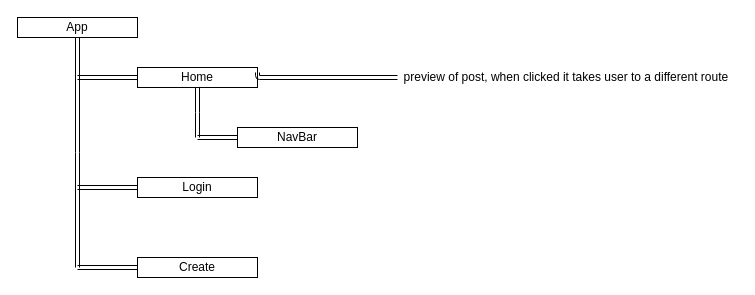
Earlier version of the draw.io diagram test.drawio (SteJoSi/phase-2-project-MooGram). Source tidied: cells renumbered, new cells numbered last; positions are measured from the earlier drawing's top-left corner, leaving out a move shared by most shapes. Both pictures are drawn from the tidied source at 100%, with x=0, y=0 at pixel (17, 17).
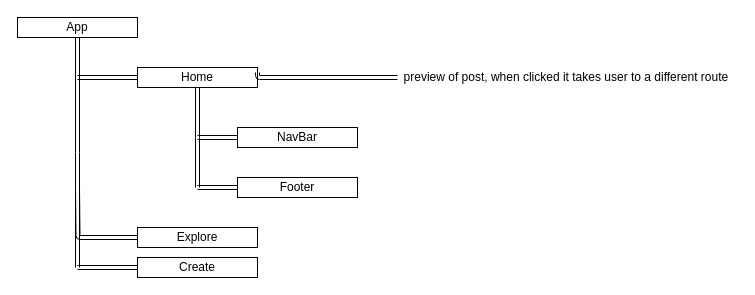
The same page after the edit.

Commit message (it also covers changes not shown here):
update components hierachy

Unchanged cells that the change refers to:
```xml
<mxCell id="6" value="Home" style="whiteSpace=wrap;html=1;" parent="1" vertex="1">
  <mxGeometry x="120" y="50" width="120" height="20" as="geometry" />
</mxCell>
```

The edit, as a diff of the source:
```diff
@@
     <mxCell id="5" style="edgeStyle=orthogonalEdgeStyle;shape=link;html=1;exitX=0.5;exitY=1;exitDx=0;exitDy=0;" parent="1" edge="1" source="6">
       <mxGeometry relative="1" as="geometry">
-        <mxPoint x="180" y="120" as="targetPoint" />
+        <mxPoint x="180" y="170" as="targetPoint" />
       </mxGeometry>
     </mxCell>
@@
-    <mxCell id="8" value="Login" style="whiteSpace=wrap;html=1;" parent="1" vertex="1">
-      <mxGeometry x="120" y="160" width="120" height="20" as="geometry" />
+    <mxCell id="8" value="Explore" style="whiteSpace=wrap;html=1;" parent="1" vertex="1">
+      <mxGeometry x="120" y="210" width="120" height="20" as="geometry" />
     </mxCell>
@@
+    <mxCell id="15" style="edgeStyle=orthogonalEdgeStyle;shape=link;html=1;exitX=0;exitY=0.5;exitDx=0;exitDy=0;" parent="1" edge="1" source="16">
+      <mxGeometry relative="1" as="geometry">
+        <mxPoint x="180" y="170" as="targetPoint" />
+      </mxGeometry>
+    </mxCell>
+    <mxCell id="16" value="Footer" style="whiteSpace=wrap;html=1;" parent="1" vertex="1">
+      <mxGeometry x="220" y="160" width="120" height="20" as="geometry" />
+    </mxCell>
```
